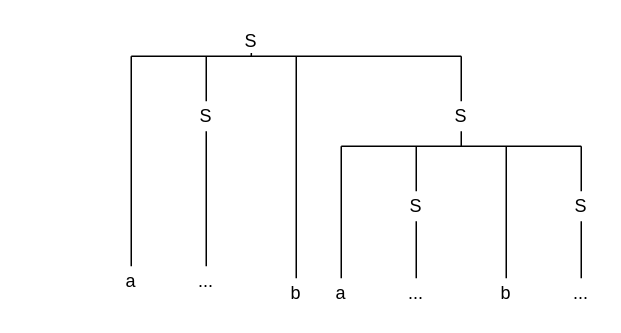
WassayShahid/Draw.io keeps this draw.io diagram as Untitled Diagram.drawio. Above is the earlier version. Source tidied: cells renumbered, new cells numbered last; positions are measured from the earlier drawing's top-left corner, leaving out a move shared by most shapes. Both pictures are drawn from the tidied source at 150%, with x=0, y=0 at pixel (116, 26).
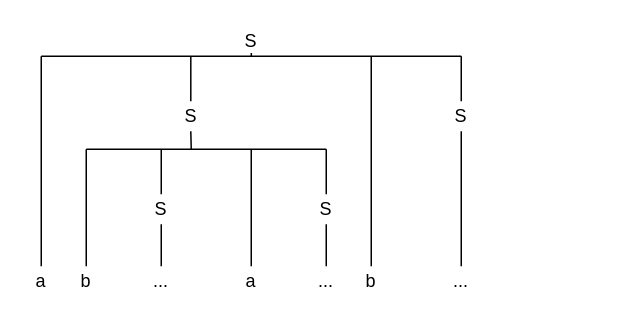
The same diagram, later.

Unchanged cells that the change refers to:
```xml
<mxCell id="3" value="S" style="text;html=1;align=center;verticalAlign=middle;whiteSpace=wrap;rounded=0;" parent="1" vertex="1">
  <mxGeometry x="80" width="20" height="20" as="geometry" />
</mxCell>
<mxCell id="7" value="S" style="text;html=1;align=center;verticalAlign=middle;whiteSpace=wrap;rounded=0;" parent="1" vertex="1">
  <mxGeometry x="220" y="50" width="20" height="20" as="geometry" />
</mxCell>
```

What changed in the source:
```diff
@@
-    <mxCell id="2" style="edgeStyle=orthogonalEdgeStyle;rounded=0;jettySize=auto;html=1;exitX=0;exitY=1;exitDx=0;exitDy=0;" parent="1" edge="1" source="3">
+    <mxCell id="2" style="edgeStyle=orthogonalEdgeStyle;rounded=0;orthogonalLoop=1;jettySize=auto;html=1;exitX=0;exitY=1;exitDx=0;exitDy=0;" parent="1" edge="1">
       <mxGeometry relative="1" as="geometry">
-        <mxPoint x="79.9" y="20.1" as="targetPoint" />
+        <mxPoint x="59.7" y="20" as="sourcePoint" />
+        <mxPoint x="59.6" y="20.1" as="targetPoint" />
       </mxGeometry>
     </mxCell>
@@
     <mxCell id="4" value="a" style="text;html=1;align=center;verticalAlign=middle;whiteSpace=wrap;rounded=0;" parent="1" vertex="1">
-      <mxGeometry y="160" width="20" height="20" as="geometry" />
+      <mxGeometry x="-60" y="160" width="20" height="20" as="geometry" />
     </mxCell>
     <mxCell id="5" value="S" style="text;html=1;align=center;verticalAlign=middle;whiteSpace=wrap;rounded=0;" parent="1" vertex="1">
-      <mxGeometry x="50" y="50" width="20" height="20" as="geometry" />
+      <mxGeometry x="39.7" y="50" width="20" height="20" as="geometry" />
     </mxCell>
     <mxCell id="6" value="b" style="text;html=1;align=center;verticalAlign=middle;whiteSpace=wrap;rounded=0;" parent="1" vertex="1">
-      <mxGeometry x="110" y="168" width="20" height="20" as="geometry" />
+      <mxGeometry x="160" y="160" width="20" height="20" as="geometry" />
     </mxCell>
@@
     <mxCell id="8" style="endArrow=none;html=1;rounded=0;exitX=0.5;exitY=0;exitDx=0;exitDy=0;" parent="1" edge="1" source="5">
       <mxGeometry relative="1" as="geometry">
-        <mxPoint x="60" y="20" as="targetPoint" />
+        <mxPoint x="49.7" y="20" as="targetPoint" />
       </mxGeometry>
     </mxCell>
     <mxCell id="9" style="endArrow=none;html=1;rounded=0;exitX=0.5;exitY=0;exitDx=0;exitDy=0;" parent="1" edge="1" source="4">
       <mxGeometry relative="1" as="geometry">
-        <mxPoint x="10" y="20" as="targetPoint" />
+        <mxPoint x="-50" y="20" as="targetPoint" />
       </mxGeometry>
     </mxCell>
     <mxCell id="10" style="endArrow=none;html=1;rounded=0;exitX=0.5;exitY=0;exitDx=0;exitDy=0;" parent="1" edge="1" source="6">
       <mxGeometry relative="1" as="geometry">
-        <mxPoint x="120" y="20" as="targetPoint" />
+        <mxPoint x="170" y="20" as="targetPoint" />
       </mxGeometry>
     </mxCell>
@@
     <mxCell id="12" style="endArrow=none;html=1;rounded=0;" parent="1" edge="1">
       <mxGeometry relative="1" as="geometry">
-        <mxPoint x="10" y="20" as="sourcePoint" />
+        <mxPoint x="-50" y="20" as="sourcePoint" />
         <mxPoint x="230" y="20" as="targetPoint" />
         <Array as="points">
           <mxPoint x="90" y="20" />
         </Array>
       </mxGeometry>
     </mxCell>
@@
-    <mxCell id="14" style="edgeStyle=orthogonalEdgeStyle;rounded=0;orthogonalLoop=1;jettySize=auto;html=1;exitX=0;exitY=1;exitDx=0;exitDy=0;" parent="1" edge="1">
-      <mxGeometry relative="1" as="geometry">
-        <mxPoint x="220" y="80" as="sourcePoint" />
-        <mxPoint x="219.9" y="80.1" as="targetPoint" />
-      </mxGeometry>
-    </mxCell>
+    <mxCell id="32" style="edgeStyle=orthogonalEdgeStyle;rounded=0;orthogonalLoop=1;jettySize=auto;html=1;exitX=0;exitY=1;exitDx=0;exitDy=0;" parent="1" edge="1">
+      <mxGeometry relative="1" as="geometry">
+        <mxPoint x="50" y="82" as="sourcePoint" />
+        <mxPoint x="49.9" y="82.1" as="targetPoint" />
+      </mxGeometry>
+    </mxCell>
+    <mxCell id="17" value="b" style="text;html=1;align=center;verticalAlign=middle;whiteSpace=wrap;rounded=0;" parent="1" vertex="1">
+      <mxGeometry x="-30" y="160" width="20" height="20" as="geometry" />
+    </mxCell>
+    <mxCell id="33" value="S" style="text;html=1;align=center;verticalAlign=middle;whiteSpace=wrap;rounded=0;" parent="1" vertex="1">
+      <mxGeometry x="20" y="112" width="20" height="20" as="geometry" />
+    </mxCell>
     <mxCell id="15" value="a" style="text;html=1;align=center;verticalAlign=middle;whiteSpace=wrap;rounded=0;" parent="1" vertex="1">
-      <mxGeometry x="140" y="168" width="20" height="20" as="geometry" />
+      <mxGeometry x="80" y="160" width="20" height="20" as="geometry" />
     </mxCell>
-    <mxCell id="16" value="S" style="text;html=1;align=center;verticalAlign=middle;whiteSpace=wrap;rounded=0;" parent="1" vertex="1">
-      <mxGeometry x="190" y="110" width="20" height="20" as="geometry" />
-    </mxCell>
-    <mxCell id="17" value="b" style="text;html=1;align=center;verticalAlign=middle;whiteSpace=wrap;rounded=0;" parent="1" vertex="1">
-      <mxGeometry x="250" y="168" width="20" height="20" as="geometry" />
-    </mxCell>
-    <mxCell id="18" value="S" style="text;html=1;align=center;verticalAlign=middle;whiteSpace=wrap;rounded=0;" parent="1" vertex="1">
-      <mxGeometry x="300" y="110" width="20" height="20" as="geometry" />
-    </mxCell>
-    <mxCell id="19" style="endArrow=none;html=1;rounded=0;exitX=0.5;exitY=0;exitDx=0;exitDy=0;" parent="1" edge="1" source="16">
-      <mxGeometry relative="1" as="geometry">
-        <mxPoint x="200" y="80" as="targetPoint" />
-      </mxGeometry>
-    </mxCell>
-    <mxCell id="20" style="endArrow=none;html=1;rounded=0;exitX=0.5;exitY=0;exitDx=0;exitDy=0;" parent="1" edge="1" source="15">
-      <mxGeometry relative="1" as="geometry">
-        <mxPoint x="150" y="80" as="targetPoint" />
-      </mxGeometry>
-    </mxCell>
-    <mxCell id="21" style="endArrow=none;html=1;rounded=0;exitX=0.5;exitY=0;exitDx=0;exitDy=0;" parent="1" edge="1" source="17">
-      <mxGeometry relative="1" as="geometry">
-        <mxPoint x="260" y="80" as="targetPoint" />
-      </mxGeometry>
-    </mxCell>
-    <mxCell id="22" style="endArrow=none;html=1;rounded=0;exitX=0.5;exitY=0;exitDx=0;exitDy=0;" parent="1" edge="1" source="18">
-      <mxGeometry relative="1" as="geometry">
-        <mxPoint x="310" y="80" as="targetPoint" />
-      </mxGeometry>
-    </mxCell>
-    <mxCell id="23" style="endArrow=none;html=1;rounded=0;" parent="1" edge="1">
-      <mxGeometry relative="1" as="geometry">
-        <mxPoint x="150" y="80" as="sourcePoint" />
-        <mxPoint x="310" y="80" as="targetPoint" />
-        <Array as="points">
-          <mxPoint x="230" y="80" />
-        </Array>
-      </mxGeometry>
-    </mxCell>
-    <mxCell id="24" style="endArrow=none;html=1;rounded=0;exitX=0.5;exitY=0;exitDx=0;exitDy=0;entryX=0.5;entryY=1;entryDx=0;entryDy=0;" parent="1" edge="1" source="25" target="5">
-      <mxGeometry relative="1" as="geometry" />
-    </mxCell>
-    <mxCell id="25" value="..." style="text;html=1;align=center;verticalAlign=middle;whiteSpace=wrap;rounded=0;" parent="1" vertex="1">
-      <mxGeometry x="50" y="160" width="20" height="20" as="geometry" />
-    </mxCell>
-    <mxCell id="26" style="endArrow=none;html=1;rounded=0;entryX=0.5;entryY=1;entryDx=0;entryDy=0;" parent="1" edge="1">
-      <mxGeometry relative="1" as="geometry">
-        <mxPoint x="230" y="80" as="sourcePoint" />
-        <mxPoint x="230" y="80" as="targetPoint" />
-      </mxGeometry>
-    </mxCell>
-    <mxCell id="27" style="endArrow=none;html=1;rounded=0;entryX=0.5;entryY=1;entryDx=0;entryDy=0;" parent="1" edge="1" target="7">
-      <mxGeometry relative="1" as="geometry">
-        <mxPoint x="230" y="80" as="sourcePoint" />
-      </mxGeometry>
-    </mxCell>
-    <mxCell id="28" style="endArrow=none;html=1;rounded=0;entryX=0.5;entryY=1;entryDx=0;entryDy=0;exitX=0.5;exitY=0;exitDx=0;exitDy=0;" parent="1" edge="1" source="29" target="16">
-      <mxGeometry relative="1" as="geometry" />
-    </mxCell>
-    <mxCell id="29" value="..." style="text;html=1;align=center;verticalAlign=middle;whiteSpace=wrap;rounded=0;" parent="1" vertex="1">
-      <mxGeometry x="190" y="168" width="20" height="20" as="geometry" />
-    </mxCell>
-    <mxCell id="30" style="endArrow=none;html=1;rounded=0;entryX=0.5;entryY=1;entryDx=0;entryDy=0;exitX=0.5;exitY=0;exitDx=0;exitDy=0;" parent="1" edge="1" source="31" target="18">
-      <mxGeometry relative="1" as="geometry" />
-    </mxCell>
-    <mxCell id="31" value="..." style="text;html=1;align=center;verticalAlign=middle;whiteSpace=wrap;rounded=0;" parent="1" vertex="1">
-      <mxGeometry x="300" y="168" width="20" height="20" as="geometry" />
-    </mxCell>
+    <mxCell id="34" value="S" style="text;html=1;align=center;verticalAlign=middle;whiteSpace=wrap;rounded=0;" parent="1" vertex="1">
+      <mxGeometry x="130" y="112" width="20" height="20" as="geometry" />
+    </mxCell>
+    <mxCell id="35" style="endArrow=none;html=1;rounded=0;exitX=0.5;exitY=0;exitDx=0;exitDy=0;" parent="1" edge="1" source="33">
+      <mxGeometry relative="1" as="geometry">
+        <mxPoint x="30" y="82" as="targetPoint" />
+      </mxGeometry>
+    </mxCell>
+    <mxCell id="36" style="endArrow=none;html=1;rounded=0;exitX=0.5;exitY=0;exitDx=0;exitDy=0;" parent="1" edge="1" source="17">
+      <mxGeometry relative="1" as="geometry">
+        <mxPoint x="-20" y="82" as="targetPoint" />
+      </mxGeometry>
+    </mxCell>
+    <mxCell id="37" style="endArrow=none;html=1;rounded=0;exitX=0.5;exitY=0;exitDx=0;exitDy=0;" parent="1" edge="1" source="15">
+      <mxGeometry relative="1" as="geometry">
+        <mxPoint x="90" y="82" as="targetPoint" />
+      </mxGeometry>
+    </mxCell>
+    <mxCell id="38" style="endArrow=none;html=1;rounded=0;exitX=0.5;exitY=0;exitDx=0;exitDy=0;" parent="1" edge="1" source="34">
+      <mxGeometry relative="1" as="geometry">
+        <mxPoint x="140" y="82" as="targetPoint" />
+      </mxGeometry>
+    </mxCell>
+    <mxCell id="39" style="endArrow=none;html=1;rounded=0;" parent="1" edge="1">
+      <mxGeometry relative="1" as="geometry">
+        <mxPoint x="-20" y="82" as="sourcePoint" />
+        <mxPoint x="140" y="82" as="targetPoint" />
+        <Array as="points">
+          <mxPoint x="60" y="82" />
+        </Array>
+      </mxGeometry>
+    </mxCell>
+    <mxCell id="40" style="endArrow=none;html=1;rounded=0;entryX=0.5;entryY=1;entryDx=0;entryDy=0;" parent="1" edge="1">
+      <mxGeometry relative="1" as="geometry">
+        <mxPoint x="60" y="82" as="sourcePoint" />
+        <mxPoint x="60" y="82" as="targetPoint" />
+      </mxGeometry>
+    </mxCell>
+    <mxCell id="41" style="endArrow=none;html=1;rounded=0;entryX=0.5;entryY=1;entryDx=0;entryDy=0;" parent="1" edge="1" target="5">
+      <mxGeometry relative="1" as="geometry">
+        <mxPoint x="50" y="82" as="sourcePoint" />
+      </mxGeometry>
+    </mxCell>
+    <mxCell id="42" style="endArrow=none;html=1;rounded=0;entryX=0.5;entryY=1;entryDx=0;entryDy=0;exitX=0.5;exitY=0;exitDx=0;exitDy=0;" parent="1" edge="1" source="43" target="33">
+      <mxGeometry relative="1" as="geometry" />
+    </mxCell>
+    <mxCell id="43" value="..." style="text;html=1;align=center;verticalAlign=middle;whiteSpace=wrap;rounded=0;" parent="1" vertex="1">
+      <mxGeometry x="20" y="160" width="20" height="20" as="geometry" />
+    </mxCell>
+    <mxCell id="44" style="endArrow=none;html=1;rounded=0;entryX=0.5;entryY=1;entryDx=0;entryDy=0;exitX=0.5;exitY=0;exitDx=0;exitDy=0;" parent="1" edge="1" source="45" target="34">
+      <mxGeometry relative="1" as="geometry" />
+    </mxCell>
+    <mxCell id="45" value="..." style="text;html=1;align=center;verticalAlign=middle;whiteSpace=wrap;rounded=0;" parent="1" vertex="1">
+      <mxGeometry x="130" y="160" width="20" height="20" as="geometry" />
+    </mxCell>
+    <mxCell id="46" style="endArrow=none;html=1;rounded=0;exitX=0.5;exitY=0;exitDx=0;exitDy=0;entryX=0.5;entryY=1;entryDx=0;entryDy=0;" parent="1" edge="1" source="47" target="7">
+      <mxGeometry relative="1" as="geometry" />
+    </mxCell>
+    <mxCell id="47" value="..." style="text;html=1;align=center;verticalAlign=middle;whiteSpace=wrap;rounded=0;" parent="1" vertex="1">
+      <mxGeometry x="220" y="160" width="20" height="20" as="geometry" />
+    </mxCell>
```
